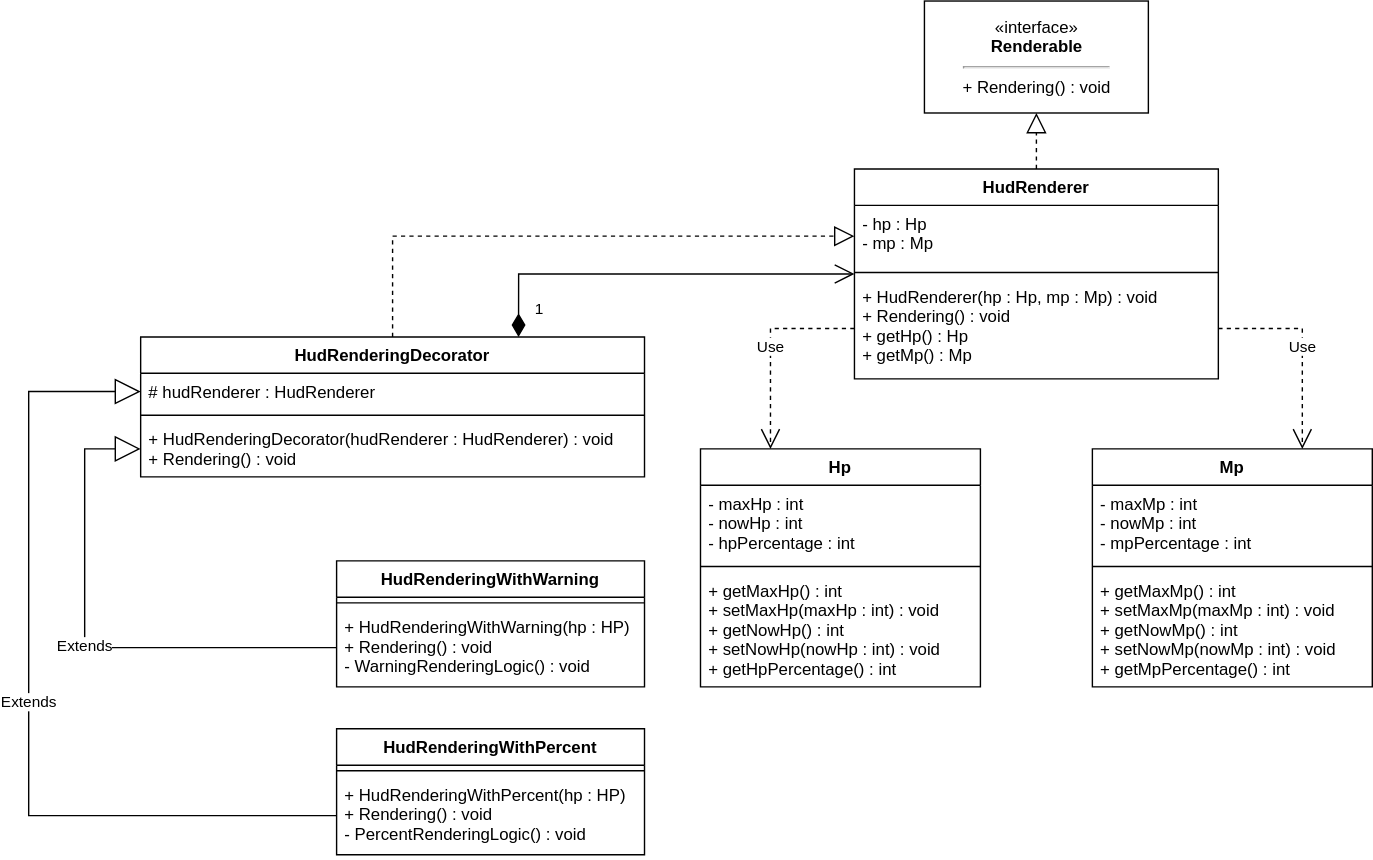
Before: app/src/main/resources/decorator/Decorater_Example_Variations.drawio.svg, a diagram exported from draw.io (jongHyeon0000/DesignPattern-example). Source tidied: cells renumbered, new cells last; positions are measured from the earlier drawing's top-left corner, leaving out a move shared by most shapes.
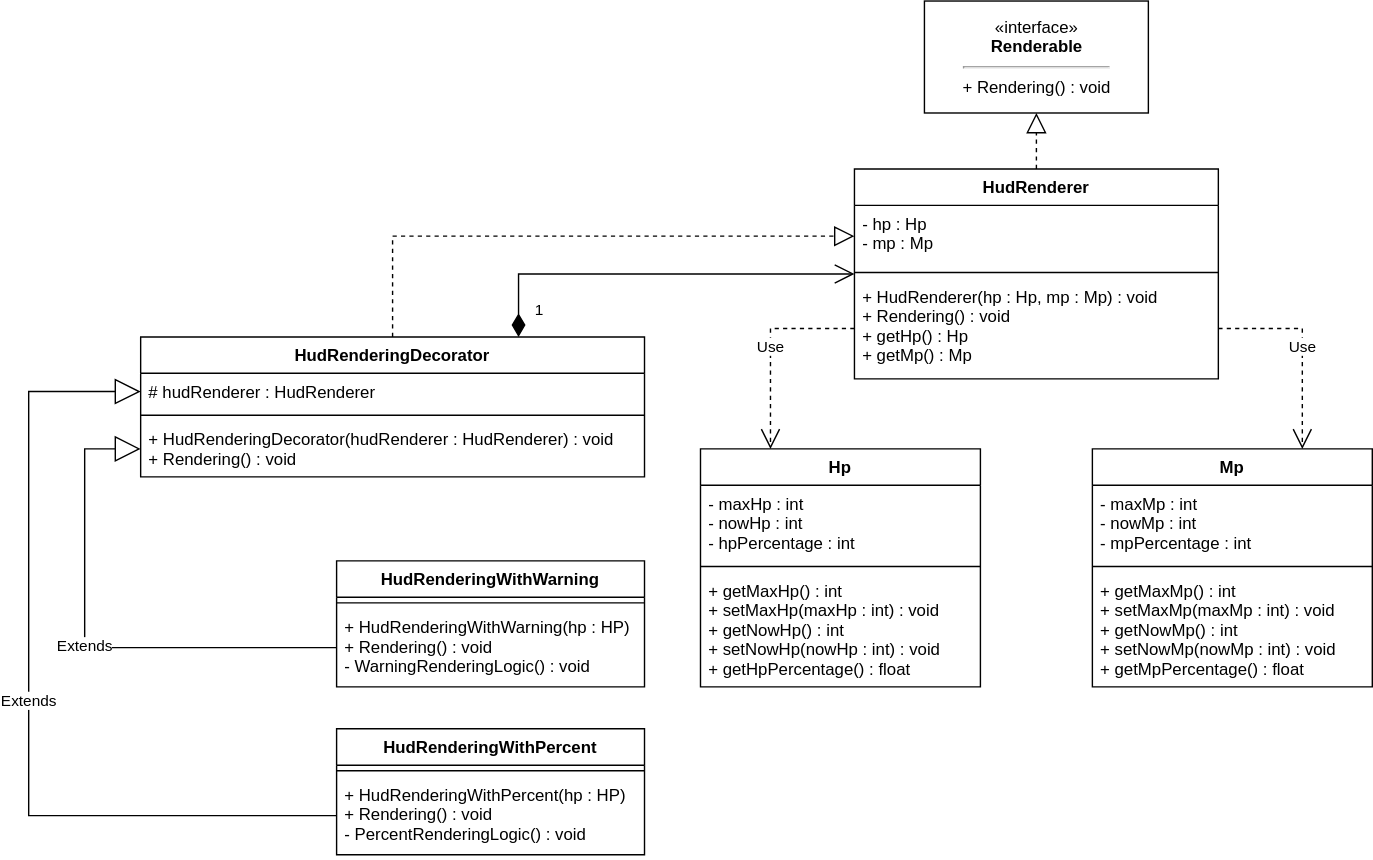
The same file after the commit.

Change to the diagram source:
```diff
@@ -11,7 +11,7 @@
     <mxCell id="4" style="line;strokeWidth=1;fillColor=none;align=left;verticalAlign=middle;spacingTop=-1;spacingLeft=3;spacingRight=3;labelPosition=right;" parent="2" vertex="1">
       <mxGeometry y="80" width="200" height="8" as="geometry" />
     </mxCell>
-    <mxCell id="5" value="+ getMaxHp() : int&#10;+ setMaxHp(maxHp : int) : void&#10;+ getNowHp() : int&#10;+ setNowHp(nowHp : int) : void&#10;+ getHpPercentage() : int" style="text;strokeColor=none;fillColor=none;align=left;verticalAlign=top;spacingLeft=4;spacingRight=4;overflow=hidden;" parent="2" vertex="1">
+    <mxCell id="5" value="+ getMaxHp() : int&#10;+ setMaxHp(maxHp : int) : void&#10;+ getNowHp() : int&#10;+ setNowHp(nowHp : int) : void&#10;+ getHpPercentage() : float" style="text;strokeColor=none;fillColor=none;align=left;verticalAlign=top;spacingLeft=4;spacingRight=4;overflow=hidden;" parent="2" vertex="1">
       <mxGeometry y="88" width="200" height="82" as="geometry" />
     </mxCell>
     <mxCell id="6" value="Mp" style="swimlane;fontStyle=1;align=center;verticalAlign=top;horizontal=1;startSize=26;" parent="1" vertex="1">
@@ -23,7 +23,7 @@
     <mxCell id="8" style="line;strokeWidth=1;fillColor=none;align=left;verticalAlign=middle;spacingTop=-1;spacingLeft=3;spacingRight=3;labelPosition=right;" parent="6" vertex="1">
       <mxGeometry y="80" width="200" height="8" as="geometry" />
     </mxCell>
-    <mxCell id="9" value="+ getMaxMp() : int&#10;+ setMaxMp(maxMp : int) : void&#10;+ getNowMp() : int&#10;+ setNowMp(nowMp : int) : void&#10;+ getMpPercentage() : int" style="text;strokeColor=none;fillColor=none;align=left;verticalAlign=top;spacingLeft=4;spacingRight=4;overflow=hidden;" parent="6" vertex="1">
+    <mxCell id="9" value="+ getMaxMp() : int&#10;+ setMaxMp(maxMp : int) : void&#10;+ getNowMp() : int&#10;+ setNowMp(nowMp : int) : void&#10;+ getMpPercentage() : float" style="text;strokeColor=none;fillColor=none;align=left;verticalAlign=top;spacingLeft=4;spacingRight=4;overflow=hidden;" parent="6" vertex="1">
       <mxGeometry y="88" width="200" height="82" as="geometry" />
     </mxCell>
     <mxCell id="10" value="HudRenderingWithWarning" style="swimlane;fontStyle=1;align=center;verticalAlign=top;horizontal=1;startSize=26;" parent="1" vertex="1">
```
